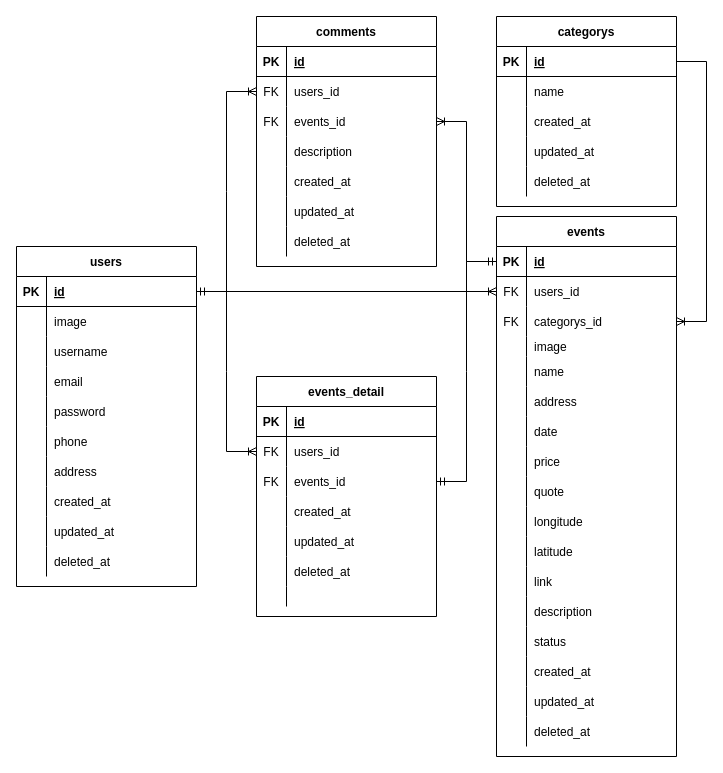
Above: erd-events/ERD-Event-App-Project.drawio in ALTA-BE9-Mulya-Nurdin/BE9-Event-App-Project (draw.io), before the change. Source tidied: cells renumbered, new cells numbered last; positions are measured from the earlier drawing's top-left corner, leaving out a move shared by most shapes. Both pictures are drawn from the tidied source at 100%, with x=0, y=0 at pixel (16, 16).
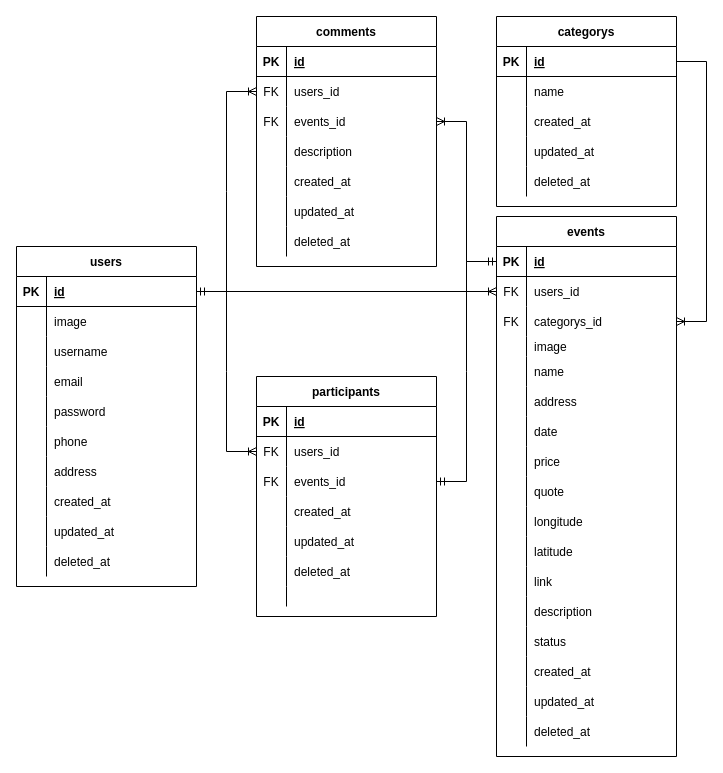
Above is the later version.

Commit message (it also covers changes not shown here):
changes to erd events

What changed in the source:
```diff
@@
-    <mxCell id="101" value="events_detail" style="shape=table;startSize=30;childLayout=tableLayout;rowLines=0;fontStyle=1;align=center;" parent="1" vertex="1">
+    <mxCell id="101" value="participants" style="shape=table;startSize=30;childLayout=tableLayout;rowLines=0;fontStyle=1;align=center;" parent="1" vertex="1">
       <mxGeometry x="240" y="360" width="180" height="240" as="geometry" />
     </mxCell>
```
